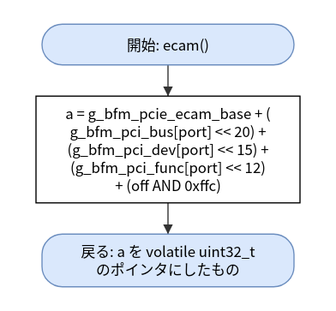
Before: doc/spec/images/flow_port_vxworks_port_vxworks-ecam.drawio.svg, a diagram exported from draw.io (hf355051012-ai/bfmem). Source tidied: cells renumbered, new cells last; positions are measured from the earlier drawing's top-left corner, leaving out a move shared by most shapes. Source of this version:
```xml
<mxGraphModel>
  <root>
    <mxCell id="0" />
    <mxCell id="1" parent="0" />
    <mxCell id="2" value="開始: ecam()" style="rounded=1;arcSize=50;whiteSpace=wrap;html=1;fillColor=#dae8fc;strokeColor=#6c8ebf;" parent="1" vertex="1">
      <mxGeometry x="5" width="210" height="34" as="geometry" />
    </mxCell>
    <mxCell id="3" value="a = g_bfm_pcie_ecam_base + (&lt;br&gt;g_bfm_pci_bus[port] &amp;lt;&amp;lt; 20) +&lt;br&gt;(g_bfm_pci_dev[port] &amp;lt;&amp;lt; 15) +&lt;br&gt;(g_bfm_pci_func[port] &amp;lt;&amp;lt; 12)&lt;br&gt;+ (off AND 0xffc)" style="rounded=0;whiteSpace=wrap;html=1;" parent="1" vertex="1">
      <mxGeometry y="60" width="220" height="89" as="geometry" />
    </mxCell>
    <mxCell id="4" value="戻る: a を volatile uint32_t&lt;br&gt;のポインタにしたもの" style="rounded=1;arcSize=50;whiteSpace=wrap;html=1;fillColor=#dae8fc;strokeColor=#6c8ebf;" parent="1" vertex="1">
      <mxGeometry x="5" y="175" width="210" height="44" as="geometry" />
    </mxCell>
    <mxCell id="5" style="edgeStyle=none;html=1;rounded=0;endArrow=block;endFill=1;exitX=0.5000;exitY=1.0000;exitDx=0;exitDy=0;exitPerimeter=0;entryX=0.5000;entryY=0.0000;entryDx=0;entryDy=0;entryPerimeter=0;" parent="1" edge="1" source="2" target="3">
      <mxGeometry relative="1" as="geometry" />
    </mxCell>
    <mxCell id="6" style="edgeStyle=none;html=1;rounded=0;endArrow=block;endFill=1;exitX=0.5000;exitY=1.0000;exitDx=0;exitDy=0;exitPerimeter=0;entryX=0.5000;entryY=0.0000;entryDx=0;entryDy=0;entryPerimeter=0;" parent="1" edge="1" source="3" target="4">
      <mxGeometry relative="1" as="geometry" />
    </mxCell>
  </root>
</mxGraphModel>
```
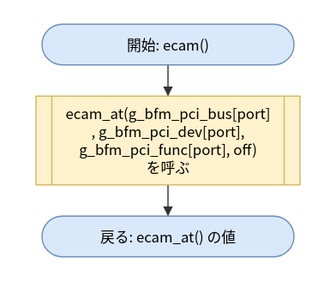
After the change.

The edit, as a diff of the source:
```diff
@@ -5,11 +5,11 @@
     <mxCell id="2" value="開始: ecam()" style="rounded=1;arcSize=50;whiteSpace=wrap;html=1;fillColor=#dae8fc;strokeColor=#6c8ebf;" parent="1" vertex="1">
       <mxGeometry x="5" width="210" height="34" as="geometry" />
     </mxCell>
-    <mxCell id="3" value="a = g_bfm_pcie_ecam_base + (&lt;br&gt;g_bfm_pci_bus[port] &amp;lt;&amp;lt; 20) +&lt;br&gt;(g_bfm_pci_dev[port] &amp;lt;&amp;lt; 15) +&lt;br&gt;(g_bfm_pci_func[port] &amp;lt;&amp;lt; 12)&lt;br&gt;+ (off AND 0xffc)" style="rounded=0;whiteSpace=wrap;html=1;" parent="1" vertex="1">
-      <mxGeometry y="60" width="220" height="89" as="geometry" />
+    <mxCell id="3" value="ecam_at(g_bfm_pci_bus[port]&lt;br&gt;, g_bfm_pci_dev[port],&lt;br&gt;g_bfm_pci_func[port], off)&lt;br&gt;を呼ぶ" style="shape=process;whiteSpace=wrap;html=1;backgroundOutline=1;size=0.06;fillColor=#fff2cc;strokeColor=#d6b656;" parent="1" vertex="1">
+      <mxGeometry y="60" width="220" height="74" as="geometry" />
     </mxCell>
-    <mxCell id="4" value="戻る: a を volatile uint32_t&lt;br&gt;のポインタにしたもの" style="rounded=1;arcSize=50;whiteSpace=wrap;html=1;fillColor=#dae8fc;strokeColor=#6c8ebf;" parent="1" vertex="1">
-      <mxGeometry x="5" y="175" width="210" height="44" as="geometry" />
+    <mxCell id="4" value="戻る: ecam_at() の値" style="rounded=1;arcSize=50;whiteSpace=wrap;html=1;fillColor=#dae8fc;strokeColor=#6c8ebf;" parent="1" vertex="1">
+      <mxGeometry x="5" y="160" width="210" height="34" as="geometry" />
     </mxCell>
     <mxCell id="5" style="edgeStyle=none;html=1;rounded=0;endArrow=block;endFill=1;exitX=0.5000;exitY=1.0000;exitDx=0;exitDy=0;exitPerimeter=0;entryX=0.5000;entryY=0.0000;entryDx=0;entryDy=0;entryPerimeter=0;" parent="1" edge="1" source="2" target="3">
       <mxGeometry relative="1" as="geometry" />
```
